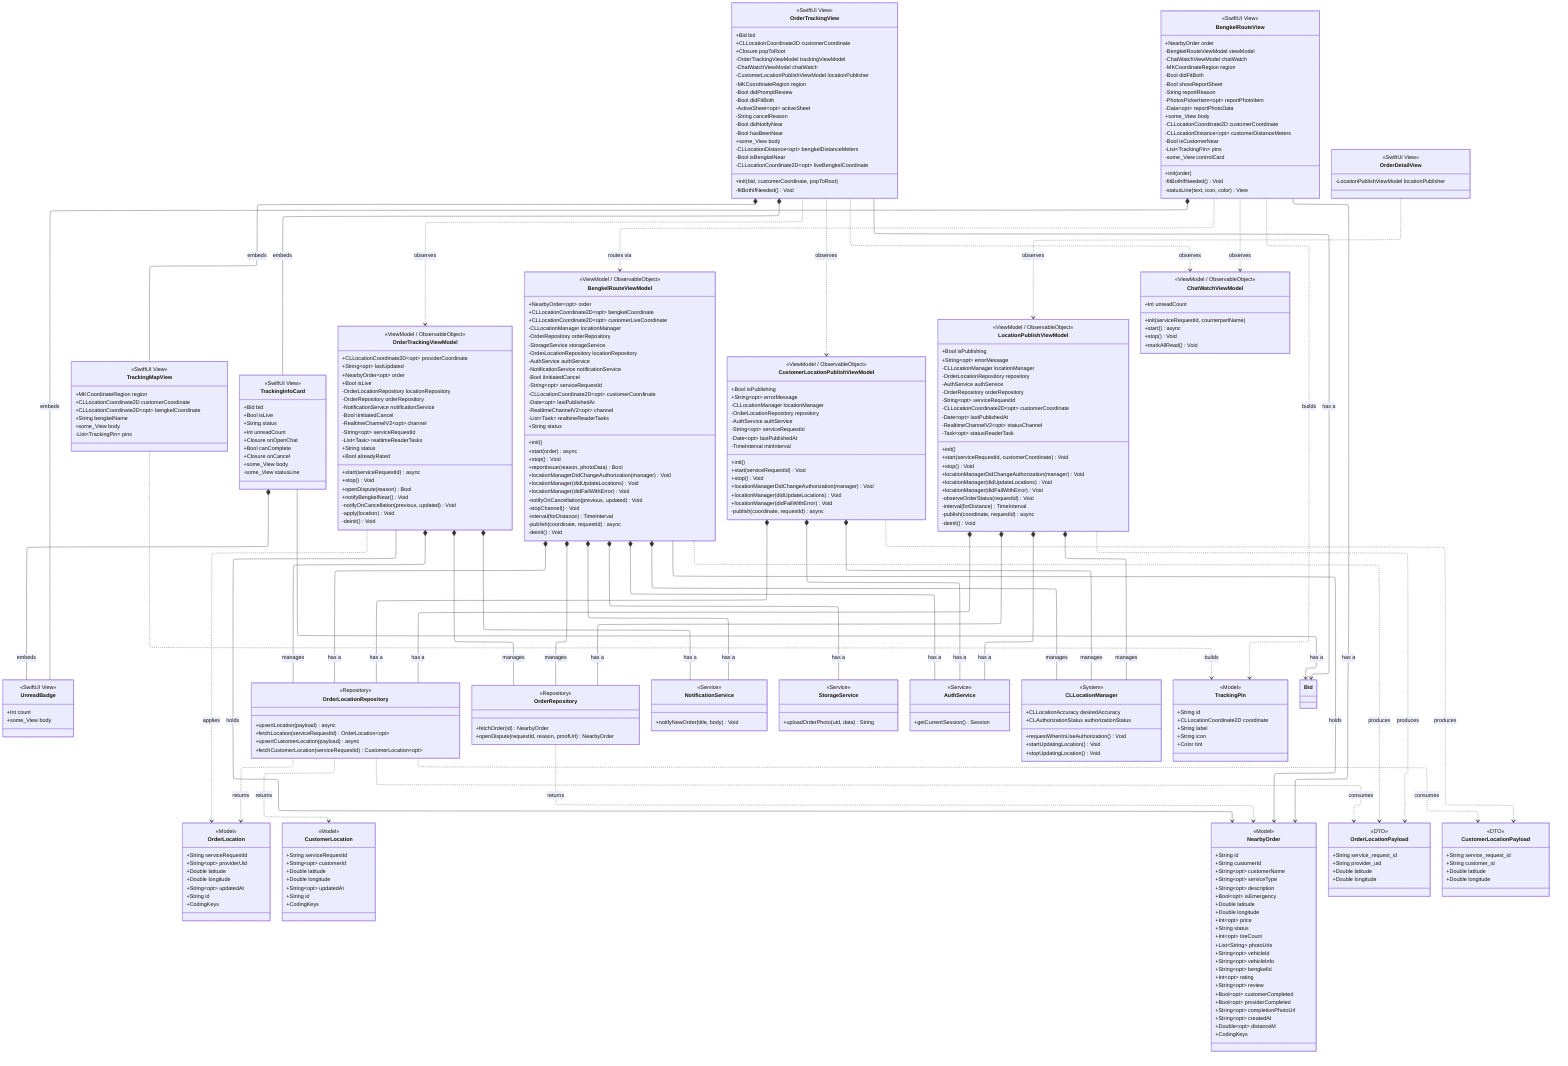
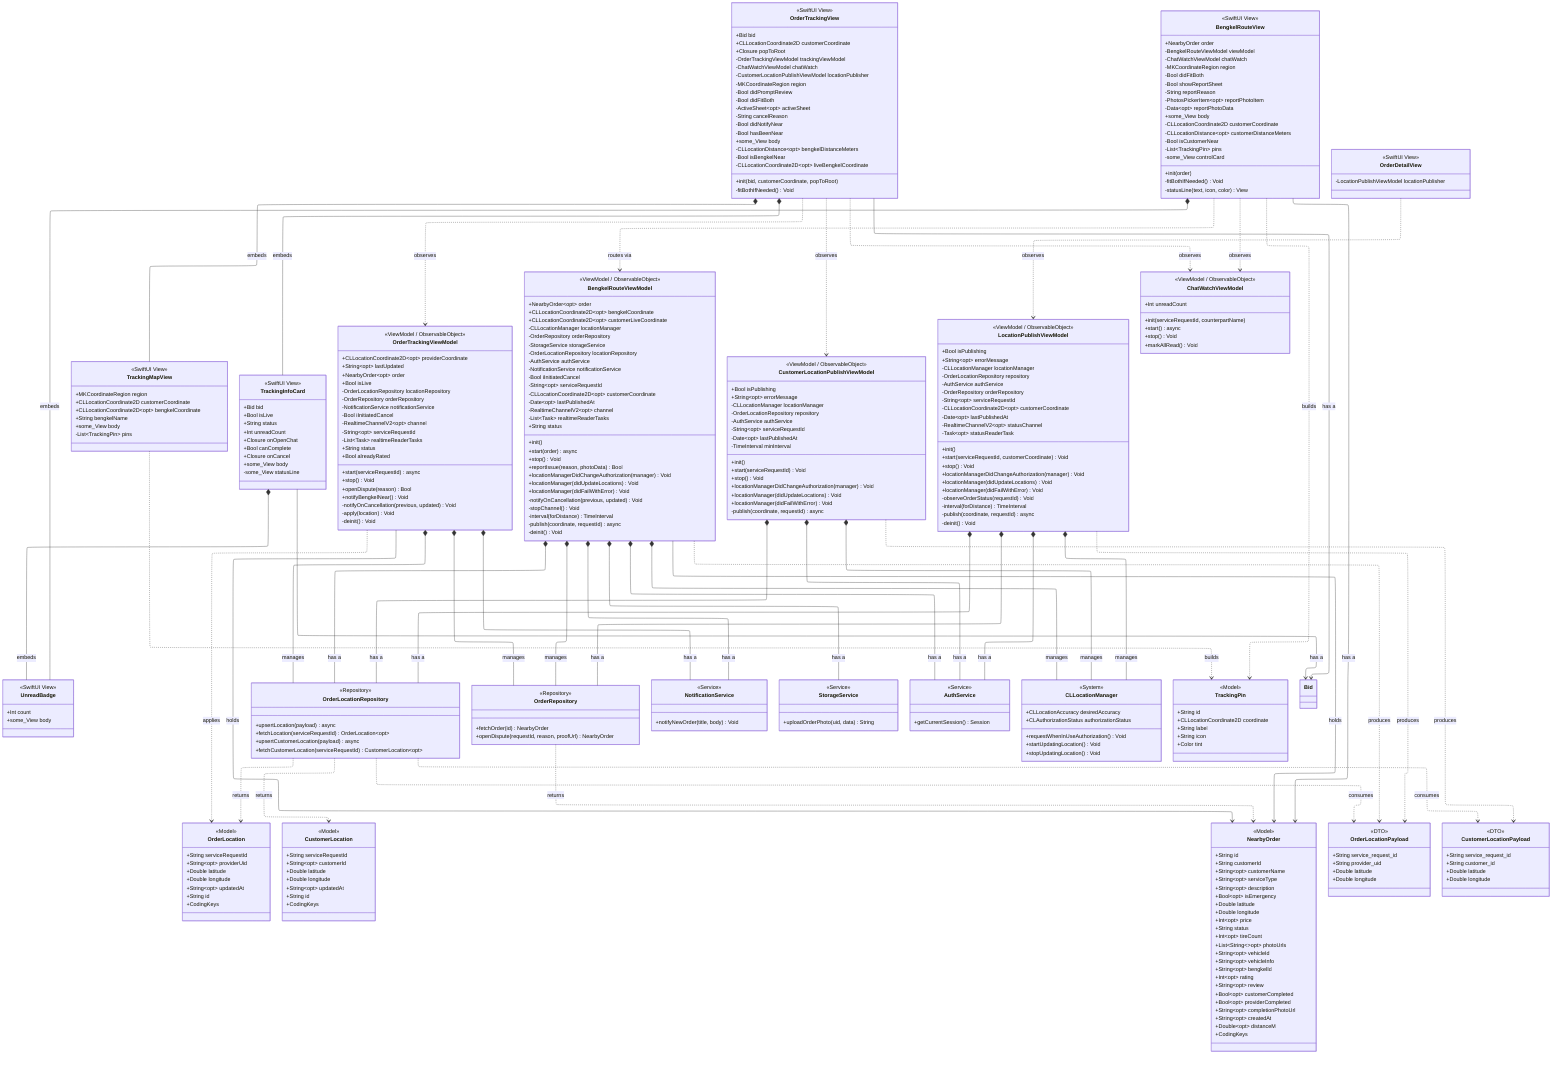
---
config:
  layout: elk
  elk:
    nodePlacementStrategy: NETWORK_SIMPLEX
    mergeEdges: false
    cycleBreakingStrategy: DEPTH_FIRST
---
classDiagram
    direction TB

    %% ============ CUSTOMER-SIDE VIEWS ============
    class OrderTrackingView["OrderTrackingView"] {
        <<SwiftUI View>>
        +Bid bid
        +CLLocationCoordinate2D customerCoordinate
        +Closure popToRoot
        -OrderTrackingViewModel trackingViewModel
        -ChatWatchViewModel chatWatch
        -CustomerLocationPublishViewModel locationPublisher
        -MKCoordinateRegion region
        -Bool didPromptReview
        -Bool didFitBoth
        -ActiveSheet~opt~ activeSheet
        -String cancelReason
        -Bool didNotifyNear
        -Bool hasBeenNear
        +init(bid, customerCoordinate, popToRoot)
        +some_View body
        -CLLocationDistance~opt~ bengkelDistanceMeters
        -Bool isBengkelNear
        -CLLocationCoordinate2D~opt~ liveBengkelCoordinate
        -fitBothIfNeeded() Void
    }

    %% ============ BENGKEL-SIDE VIEWS ============
    class BengkelRouteView["BengkelRouteView"] {
        <<SwiftUI View>>
        +NearbyOrder order
        -BengkelRouteViewModel viewModel
        -ChatWatchViewModel chatWatch
        -MKCoordinateRegion region
        -Bool didFitBoth
        -Bool showReportSheet
        -String reportReason
        -PhotosPickerItem~opt~ reportPhotoItem
        -Data~opt~ reportPhotoData
        +init(order)
        +some_View body
        -CLLocationCoordinate2D customerCoordinate
        -CLLocationDistance~opt~ customerDistanceMeters
        -Bool isCustomerNear
        -List~TrackingPin~ pins
        -some_View controlCard
        -fitBothIfNeeded() Void
        -statusLine(text, icon, color) View
    }

    class OrderDetailView["OrderDetailView"] {
        <<SwiftUI View>>
        -LocationPublishViewModel locationPublisher
    }

    %% ============ SHARED COMPONENT VIEWS ============
    class TrackingMapView["TrackingMapView"] {
        <<SwiftUI View>>
        +MKCoordinateRegion region
        +CLLocationCoordinate2D customerCoordinate
        +CLLocationCoordinate2D~opt~ bengkelCoordinate
        +String bengkelName
        +some_View body
        -List~TrackingPin~ pins
    }

    class TrackingInfoCard["TrackingInfoCard"] {
        <<SwiftUI View>>
        +Bid bid
        +Bool isLive
        +String status
        +Int unreadCount
        +Closure onOpenChat
        +Bool canComplete
        +Closure onCancel
        +some_View body
        -some_View statusLine
    }

    class UnreadBadge["UnreadBadge"] {
        <<SwiftUI View>>
        +Int count
        +some_View body
    }

    %% ============ VIEWMODELS ============
    class OrderTrackingViewModel["OrderTrackingViewModel"] {
        <<ViewModel / ObservableObject>>
        +CLLocationCoordinate2D~opt~ providerCoordinate
        +String~opt~ lastUpdated
        +NearbyOrder~opt~ order
        +Bool isLive
        -OrderLocationRepository locationRepository
        -OrderRepository orderRepository
        -NotificationService notificationService
        -Bool iInitiatedCancel
        -RealtimeChannelV2~opt~ channel
        -String~opt~ serviceRequestId
        -List~Task~ realtimeReaderTasks
        +String status
        +Bool alreadyRated
        +start(serviceRequestId) async
        +stop() Void
        +openDispute(reason) Bool
        +notifyBengkelNear() Void
        -notifyOnCancellation(previous, updated) Void
        -apply(location) Void
        -deinit() Void
    }

    class BengkelRouteViewModel["BengkelRouteViewModel"] {
        <<ViewModel / ObservableObject>>
        +NearbyOrder~opt~ order
        +CLLocationCoordinate2D~opt~ bengkelCoordinate
        +CLLocationCoordinate2D~opt~ customerLiveCoordinate
        -CLLocationManager locationManager
        -OrderRepository orderRepository
        -StorageService storageService
        -OrderLocationRepository locationRepository
        -AuthService authService
        -NotificationService notificationService
        -Bool iInitiatedCancel
        -String~opt~ serviceRequestId
        -CLLocationCoordinate2D~opt~ customerCoordinate
        -Date~opt~ lastPublishedAt
        -RealtimeChannelV2~opt~ channel
        -List~Task~ realtimeReaderTasks
        +String status
        +init()
        +start(order) async
        +stop() Void
        +reportIssue(reason, photoData) Bool
        +locationManagerDidChangeAuthorization(manager) Void
        +locationManager(didUpdateLocations) Void
        +locationManager(didFailWithError) Void
        -notifyOnCancellation(previous, updated) Void
        -stopChannel() Void
        -interval(forDistance) TimeInterval
        -publish(coordinate, requestId) async
        -deinit() Void
    }

    class CustomerLocationPublishViewModel["CustomerLocationPublishViewModel"] {
        <<ViewModel / ObservableObject>>
        +Bool isPublishing
        +String~opt~ errorMessage
        -CLLocationManager locationManager
        -OrderLocationRepository repository
        -AuthService authService
        -String~opt~ serviceRequestId
        -Date~opt~ lastPublishedAt
        -TimeInterval minInterval
        +init()
        +start(serviceRequestId) Void
        +stop() Void
        +locationManagerDidChangeAuthorization(manager) Void
        +locationManager(didUpdateLocations) Void
        +locationManager(didFailWithError) Void
        -publish(coordinate, requestId) async
    }

    class LocationPublishViewModel["LocationPublishViewModel"] {
        <<ViewModel / ObservableObject>>
        +Bool isPublishing
        +String~opt~ errorMessage
        -CLLocationManager locationManager
        -OrderLocationRepository repository
        -AuthService authService
        -OrderRepository orderRepository
        -String~opt~ serviceRequestId
        -CLLocationCoordinate2D~opt~ customerCoordinate
        -Date~opt~ lastPublishedAt
        -RealtimeChannelV2~opt~ statusChannel
        -Task~opt~ statusReaderTask
        +init()
        +start(serviceRequestId, customerCoordinate) Void
        +stop() Void
        +locationManagerDidChangeAuthorization(manager) Void
        +locationManager(didUpdateLocations) Void
        +locationManager(didFailWithError) Void
        -observeOrderStatus(requestId) Void
        -interval(forDistance) TimeInterval
        -publish(coordinate, requestId) async
        -deinit() Void
    }

    class ChatWatchViewModel["ChatWatchViewModel"] {
        <<ViewModel / ObservableObject>>
        +Int unreadCount
        +init(serviceRequestId, counterpartName)
        +start() async
        +stop() Void
        +markAllRead() Void
    }

    %% ============ REPOSITORY / SERVICES ============
    class OrderLocationRepository["OrderLocationRepository"] {
        <<Repository>>
        +upsertLocation(payload) async
        +fetchLocation(serviceRequestId) OrderLocation~opt~
        +upsertCustomerLocation(payload) async
        +fetchCustomerLocation(serviceRequestId) CustomerLocation~opt~
    }

    class OrderRepository["OrderRepository"] {
        <<Repository>>
        +fetchOrder(id) NearbyOrder
        +openDispute(requestId, reason, proofUrl) NearbyOrder
    }

    class NotificationService["NotificationService"] {
        <<Service>>
        +notifyNewOrder(title, body) Void
    }

    class StorageService["StorageService"] {
        <<Service>>
        +uploadOrderPhoto(uid, data) String
    }

    class AuthService["AuthService"] {
        <<Service>>
        +getCurrentSession() Session
    }

    class CLLocationManager["CLLocationManager"] {
        <<System>>
        +CLLocationAccuracy desiredAccuracy
        +CLAuthorizationStatus authorizationStatus
        +requestWhenInUseAuthorization() Void
        +startUpdatingLocation() Void
        +stopUpdatingLocation() Void
    }

    %% ============ MODELS ============
    class OrderLocation["OrderLocation"] {
        <<Model>>
        +String serviceRequestId
        +String~opt~ providerUid
        +Double latitude
        +Double longitude
        +String~opt~ updatedAt
        +String id
        +CodingKeys
    }

    class CustomerLocation["CustomerLocation"] {
        <<Model>>
        +String serviceRequestId
        +String~opt~ customerId
        +Double latitude
        +Double longitude
        +String~opt~ updatedAt
        +String id
        +CodingKeys
    }

    class NearbyOrder["NearbyOrder"] {
        <<Model>>
        +String id
        +String customerId
        +String~opt~ customerName
        +String~opt~ serviceType
        +String~opt~ description
        +Bool~opt~ isEmergency
        +Double latitude
        +Double longitude
        +Int~opt~ price
        +String status
        +Int~opt~ tireCount
-         +List~String~ photoUrls
+         +List~String~~opt~ photoUrls
        +String~opt~ vehicleId
        +String~opt~ vehicleInfo
        +String~opt~ bengkelId
        +Int~opt~ rating
        +String~opt~ review
        +Bool~opt~ customerCompleted
        +Bool~opt~ providerCompleted
        +String~opt~ completionPhotoUrl
        +String~opt~ createdAt
        +Double~opt~ distanceM
        +CodingKeys
    }

    class TrackingPin["TrackingPin"] {
        <<Model>>
        +String id
        +CLLocationCoordinate2D coordinate
        +String label
        +String icon
        +Color tint
    }

    %% ============ DTOs ============
    class OrderLocationPayload["OrderLocationPayload"] {
        <<DTO>>
        +String service_request_id
        +String provider_uid
        +Double latitude
        +Double longitude
    }

    class CustomerLocationPayload["CustomerLocationPayload"] {
        <<DTO>>
        +String service_request_id
        +String customer_id
        +Double latitude
        +Double longitude
    }

    %% ============ VIEW -> VIEWMODEL ============
    OrderTrackingView ..> OrderTrackingViewModel : observes
    OrderTrackingView ..> CustomerLocationPublishViewModel : observes
    OrderTrackingView ..> ChatWatchViewModel : observes
    BengkelRouteView ..> BengkelRouteViewModel : routes via
    BengkelRouteView ..> ChatWatchViewModel : observes
    OrderDetailView ..> LocationPublishViewModel : observes

    %% ============ VIEW -> VIEW (embeds) ============
    OrderTrackingView *-- TrackingMapView : embeds
    OrderTrackingView *-- TrackingInfoCard : embeds
    TrackingInfoCard *-- UnreadBadge : embeds
    BengkelRouteView *-- UnreadBadge : embeds

    %% ============ VIEW -> MODEL (has a / builds) ============
    OrderTrackingView --> Bid : has a
    TrackingInfoCard --> Bid : has a
    TrackingMapView ..> TrackingPin : builds
    BengkelRouteView ..> TrackingPin : builds
    BengkelRouteView --> NearbyOrder : has a

    %% ============ VIEWMODEL -> MODEL (manages / has a) ============
    OrderTrackingViewModel --> NearbyOrder : holds
    OrderTrackingViewModel ..> OrderLocation : applies
    BengkelRouteViewModel --> NearbyOrder : holds

    %% ============ VIEWMODEL -> SERVICE / REPOSITORY (uses) ============
    OrderTrackingViewModel *-- OrderLocationRepository : manages
    OrderTrackingViewModel *-- OrderRepository : manages
    OrderTrackingViewModel *-- NotificationService : has a
    BengkelRouteViewModel *-- CLLocationManager : manages
    BengkelRouteViewModel *-- OrderRepository : manages
    BengkelRouteViewModel *-- OrderLocationRepository : has a
    BengkelRouteViewModel *-- StorageService : has a
    BengkelRouteViewModel *-- AuthService : has a
    BengkelRouteViewModel *-- NotificationService : has a
    CustomerLocationPublishViewModel *-- CLLocationManager : manages
    CustomerLocationPublishViewModel *-- OrderLocationRepository : has a
    CustomerLocationPublishViewModel *-- AuthService : has a
    LocationPublishViewModel *-- CLLocationManager : manages
    LocationPublishViewModel *-- OrderLocationRepository : has a
    LocationPublishViewModel *-- AuthService : has a
    LocationPublishViewModel *-- OrderRepository : has a

    %% ============ VIEWMODEL -> DTO (builds) ============
    BengkelRouteViewModel ..> OrderLocationPayload : produces
    CustomerLocationPublishViewModel ..> CustomerLocationPayload : produces
    LocationPublishViewModel ..> OrderLocationPayload : produces

    %% ============ REPOSITORY -> DTO / MODEL ============
    OrderLocationRepository ..> OrderLocation : returns
    OrderLocationRepository ..> CustomerLocation : returns
    OrderLocationRepository ..> OrderLocationPayload : consumes
    OrderLocationRepository ..> CustomerLocationPayload : consumes
    OrderRepository ..> NearbyOrder : returns
